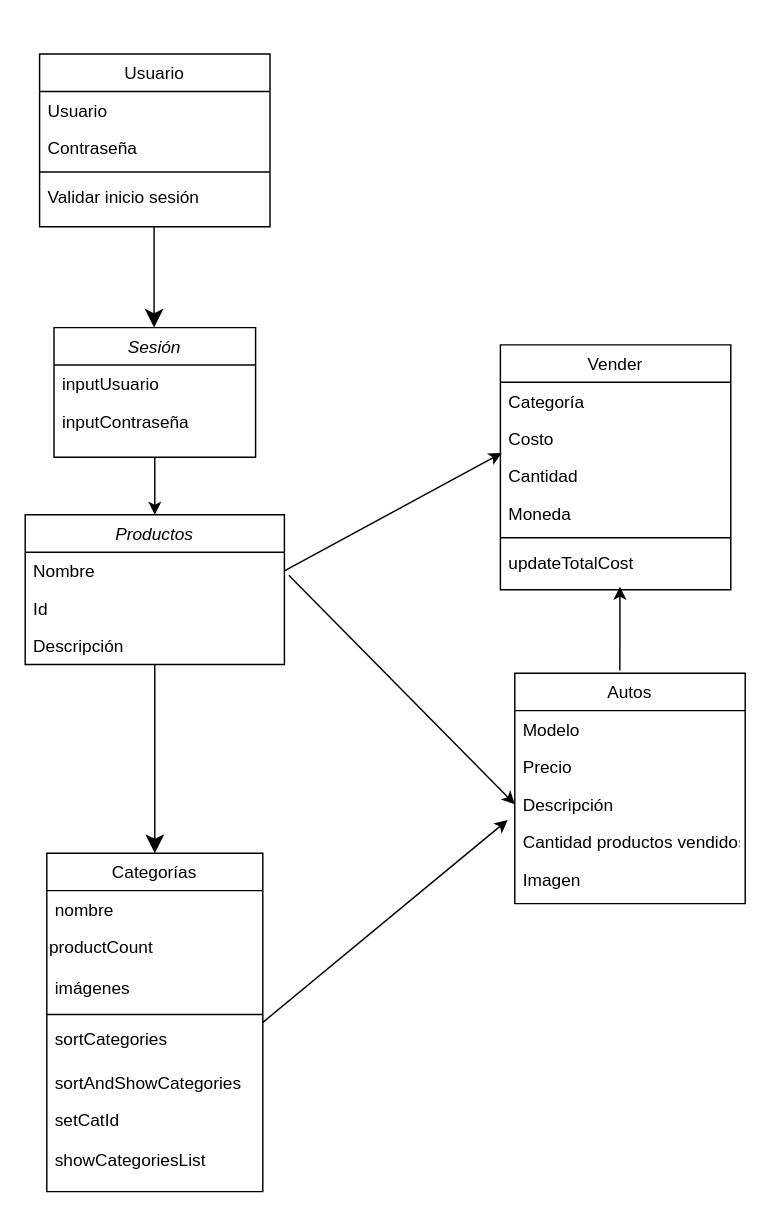
The draw.io diagram Diagrama sin título.drawio in CamilaApai/workspace-jap, before the edit. Source tidied: cells renumbered, new cells numbered last; positions are measured from the earlier drawing's top-left corner, leaving out a move shared by most shapes. Both pictures are drawn from the tidied source at 144%, with x=0, y=0 at pixel (24, 53).
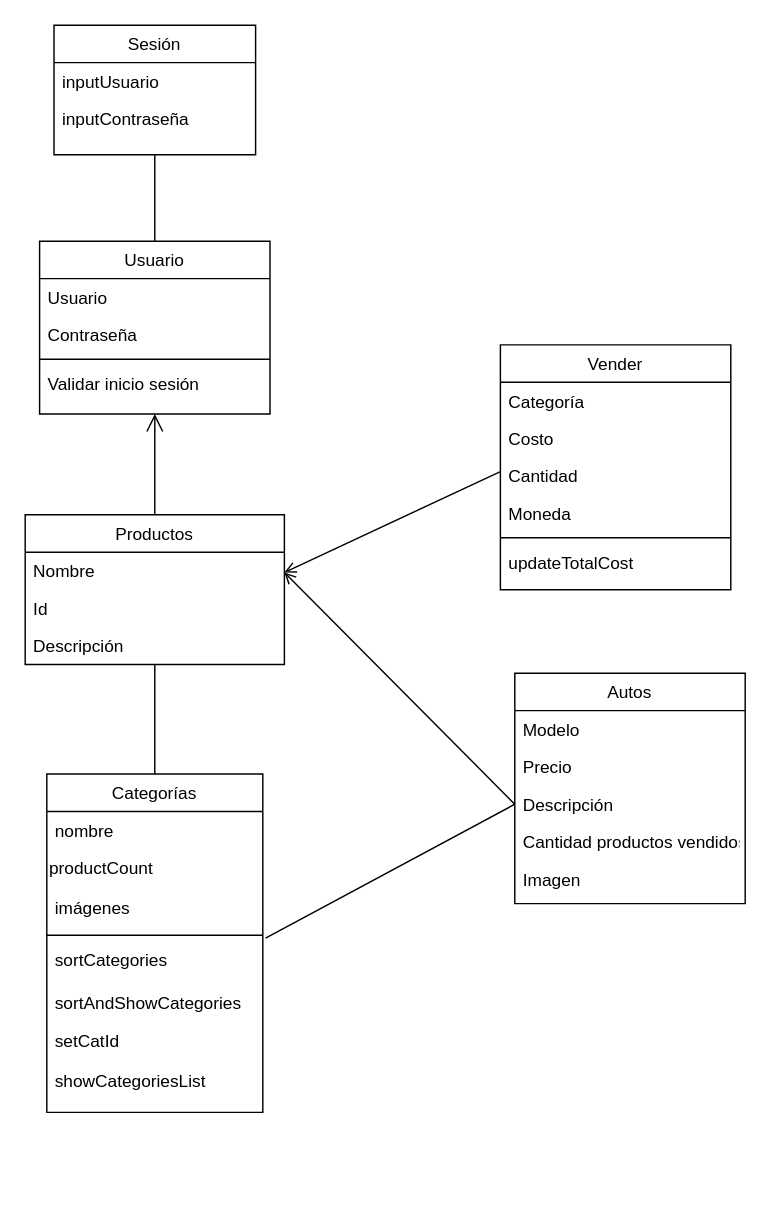
The same page after the edit.

The change refers to these unchanged cells:
```xml
<mxCell id="3" value="Nombre" style="text;align=left;verticalAlign=top;spacingLeft=4;spacingRight=4;overflow=hidden;points=[[0,0.5],[1,0.5]];portConstraint=eastwest;rounded=0;shadow=0;html=0;" parent="2" vertex="1">
  <mxGeometry y="26" width="180" height="26" as="geometry" />
</mxCell>
<mxCell id="4" value="Id" style="text;align=left;verticalAlign=top;spacingLeft=4;spacingRight=4;overflow=hidden;points=[[0,0.5],[1,0.5]];portConstraint=eastwest;rounded=0;shadow=0;html=0;" parent="2" vertex="1">
  <mxGeometry y="52" width="180" height="26" as="geometry" />
</mxCell>
<mxCell id="5" value="Descripción" style="text;align=left;verticalAlign=top;spacingLeft=4;spacingRight=4;overflow=hidden;points=[[0,0.5],[1,0.5]];portConstraint=eastwest;rounded=0;shadow=0;html=0;" parent="2" vertex="1">
  <mxGeometry y="78" width="180" height="26" as="geometry" />
</mxCell>
<mxCell id="12" value="sortCategories" style="text;align=left;verticalAlign=top;spacingLeft=4;spacingRight=4;overflow=hidden;points=[[0,0.5],[1,0.5]];portConstraint=eastwest;fontStyle=0;" parent="6" vertex="1">
  <mxGeometry y="116" width="150" height="30" as="geometry" />
</mxCell>
<mxCell id="20" value="Cantidad&#10;" style="text;align=left;verticalAlign=top;spacingLeft=4;spacingRight=4;overflow=hidden;points=[[0,0.5],[1,0.5]];portConstraint=eastwest;" parent="17" vertex="1">
  <mxGeometry y="78" width="160" height="26" as="geometry" />
</mxCell>
<mxCell id="34" value="Autos&#10;" style="swimlane;fontStyle=0;align=center;verticalAlign=top;horizontal=1;startSize=26;rounded=0;shadow=0;strokeWidth=1;" parent="1" vertex="1">
  <mxGeometry x="340" y="430" width="160" height="160" as="geometry" />
</mxCell>
<mxCell id="37" value="Descripción" style="text;align=left;verticalAlign=top;spacingLeft=4;spacingRight=4;overflow=hidden;points=[[0,0.5],[1,0.5]];portConstraint=eastwest;" parent="34" vertex="1">
  <mxGeometry y="78" width="160" height="26" as="geometry" />
</mxCell>
<mxCell id="38" value="Cantidad productos vendidos&#10;" style="text;align=left;verticalAlign=top;spacingLeft=4;spacingRight=4;overflow=hidden;points=[[0,0.5],[1,0.5]];portConstraint=eastwest;" parent="34" vertex="1">
  <mxGeometry y="104" width="160" height="26" as="geometry" />
</mxCell>
```

Diff of the diagram source:
```diff
@@
-    <mxCell id="2" value="Productos" style="swimlane;fontStyle=2;align=center;verticalAlign=top;horizontal=1;startSize=26;rounded=0;shadow=0;strokeWidth=1;" parent="1" vertex="1">
+    <mxCell id="2" value="Productos" style="swimlane;fontStyle=0;align=center;verticalAlign=top;horizontal=1;startSize=26;rounded=0;shadow=0;strokeWidth=1;" parent="1" vertex="1">
       <mxGeometry y="320" width="180" height="104" as="geometry" />
     </mxCell>
@@
     <mxCell id="6" value="Categorías" style="swimlane;fontStyle=0;align=center;verticalAlign=top;horizontal=1;startSize=26;rounded=0;shadow=0;strokeWidth=1;" parent="1" vertex="1">
-      <mxGeometry x="15" y="555" width="150" height="235" as="geometry" />
+      <mxGeometry x="15" y="500" width="150" height="235" as="geometry" />
     </mxCell>
@@
-    <mxCell id="16" style="endArrow=classic;endSize=10;endFill=1;shadow=0;strokeWidth=1;rounded=0;edgeStyle=elbowEdgeStyle;elbow=vertical;" parent="1" edge="1">
-      <mxGeometry relative="1" as="geometry">
-        <mxPoint x="89.5" y="120" as="sourcePoint" />
-        <mxPoint x="89.5" y="190" as="targetPoint" />
-        <Array as="points">
-          <mxPoint x="89.5" y="160" />
-        </Array>
-      </mxGeometry>
+    <mxCell id="16" style="endArrow=open;endSize=10;endFill=0;shadow=0;strokeWidth=1;rounded=0;edgeStyle=elbowEdgeStyle;elbow=vertical;exitX=0.5;exitY=0;exitDx=0;exitDy=0;entryX=0.5;entryY=1;entryDx=0;entryDy=0;" parent="1" edge="1" source="2" target="24">
+      <mxGeometry relative="1" as="geometry" />
     </mxCell>
@@
     <mxCell id="24" value="Usuario" style="swimlane;fontStyle=0;align=center;verticalAlign=top;horizontal=1;startSize=26;rounded=0;shadow=0;strokeWidth=1;" parent="1" vertex="1">
-      <mxGeometry x="10" width="160" height="120" as="geometry" />
+      <mxGeometry x="10" y="130" width="160" height="120" as="geometry" />
     </mxCell>
@@
-    <mxCell id="29" value="Sesión" style="swimlane;fontStyle=2;align=center;verticalAlign=top;horizontal=1;startSize=26;rounded=0;shadow=0;strokeWidth=1;" parent="1" vertex="1">
-      <mxGeometry x="20" y="190" width="140" height="90" as="geometry" />
+    <mxCell id="29" value="Sesión" style="swimlane;fontStyle=0;align=center;verticalAlign=top;horizontal=1;startSize=26;rounded=0;shadow=0;strokeWidth=1;" parent="1" vertex="1">
+      <mxGeometry x="20" y="-20" width="140" height="90" as="geometry" />
     </mxCell>
@@
-    <mxCell id="32" style="endArrow=classic;html=1;rounded=0;entryX=0.5;entryY=0;entryDx=0;entryDy=0;exitX=0.5;exitY=1;exitDx=0;exitDy=0;" parent="1" edge="1" source="29" target="2">
+    <mxCell id="32" style="endArrow=none;html=1;rounded=0;exitX=0.5;exitY=1;exitDx=0;exitDy=0;endFill=0;entryX=0.5;entryY=0;entryDx=0;entryDy=0;" parent="1" edge="1" source="29" target="24">
       <mxGeometry relative="1" as="geometry" />
     </mxCell>
-    <mxCell id="33" style="endArrow=classic;endSize=10;endFill=1;shadow=0;strokeWidth=1;rounded=0;edgeStyle=elbowEdgeStyle;elbow=vertical;entryX=0.5;entryY=0;entryDx=0;entryDy=0;" parent="1" edge="1" source="5" target="6">
-      <mxGeometry relative="1" as="geometry" />
+    <mxCell id="33" style="endArrow=none;endSize=10;endFill=0;shadow=0;strokeWidth=1;rounded=0;edgeStyle=elbowEdgeStyle;elbow=vertical;" parent="1" edge="1" source="5">
+      <mxGeometry relative="1" as="geometry">
+        <mxPoint x="90" y="500" as="targetPoint" />
+      </mxGeometry>
     </mxCell>
@@
-    <mxCell id="40" style="endArrow=classic;html=1;rounded=0;exitX=1;exitY=0.5;exitDx=0;exitDy=0;entryX=0.006;entryY=-0.115;entryDx=0;entryDy=0;entryPerimeter=0;" parent="1" edge="1" source="3" target="20">
-      <mxGeometry relative="1" as="geometry" />
+    <mxCell id="40" style="endArrow=open;html=1;rounded=0;endFill=0;" parent="1" edge="1">
+      <mxGeometry relative="1" as="geometry">
+        <mxPoint x="330" y="290" as="sourcePoint" />
+        <mxPoint x="180" y="360" as="targetPoint" />
+      </mxGeometry>
     </mxCell>
-    <mxCell id="41" style="endArrow=classic;html=1;rounded=0;exitX=1.017;exitY=-0.385;exitDx=0;exitDy=0;exitPerimeter=0;entryX=0;entryY=0.5;entryDx=0;entryDy=0;" parent="1" edge="1" source="4" target="37">
-      <mxGeometry relative="1" as="geometry" />
+    <mxCell id="41" style="endArrow=open;html=1;rounded=0;exitX=0;exitY=0.5;exitDx=0;exitDy=0;endFill=0;strokeWidth=1;" parent="1" edge="1" source="37">
+      <mxGeometry relative="1" as="geometry">
+        <mxPoint x="180" y="360" as="targetPoint" />
+      </mxGeometry>
     </mxCell>
-    <mxCell id="42" style="endArrow=classic;html=1;rounded=0;exitX=0.456;exitY=-0.012;exitDx=0;exitDy=0;exitPerimeter=0;" parent="1" edge="1" source="34">
-      <mxGeometry relative="1" as="geometry">
-        <mxPoint x="413" y="370" as="targetPoint" />
-      </mxGeometry>
-    </mxCell>
-    <mxCell id="43" style="endArrow=classic;html=1;rounded=0;exitX=1;exitY=0.5;exitDx=0;exitDy=0;entryX=-0.031;entryY=-0.077;entryDx=0;entryDy=0;entryPerimeter=0;" parent="1" edge="1" source="6" target="38">
+    <mxCell id="43" style="endArrow=none;html=1;rounded=0;exitX=0;exitY=0.5;exitDx=0;exitDy=0;endFill=0;entryX=1.013;entryY=-0.067;entryDx=0;entryDy=0;entryPerimeter=0;" parent="1" edge="1" source="37" target="12">
       <mxGeometry relative="1" as="geometry" />
     </mxCell>
```
